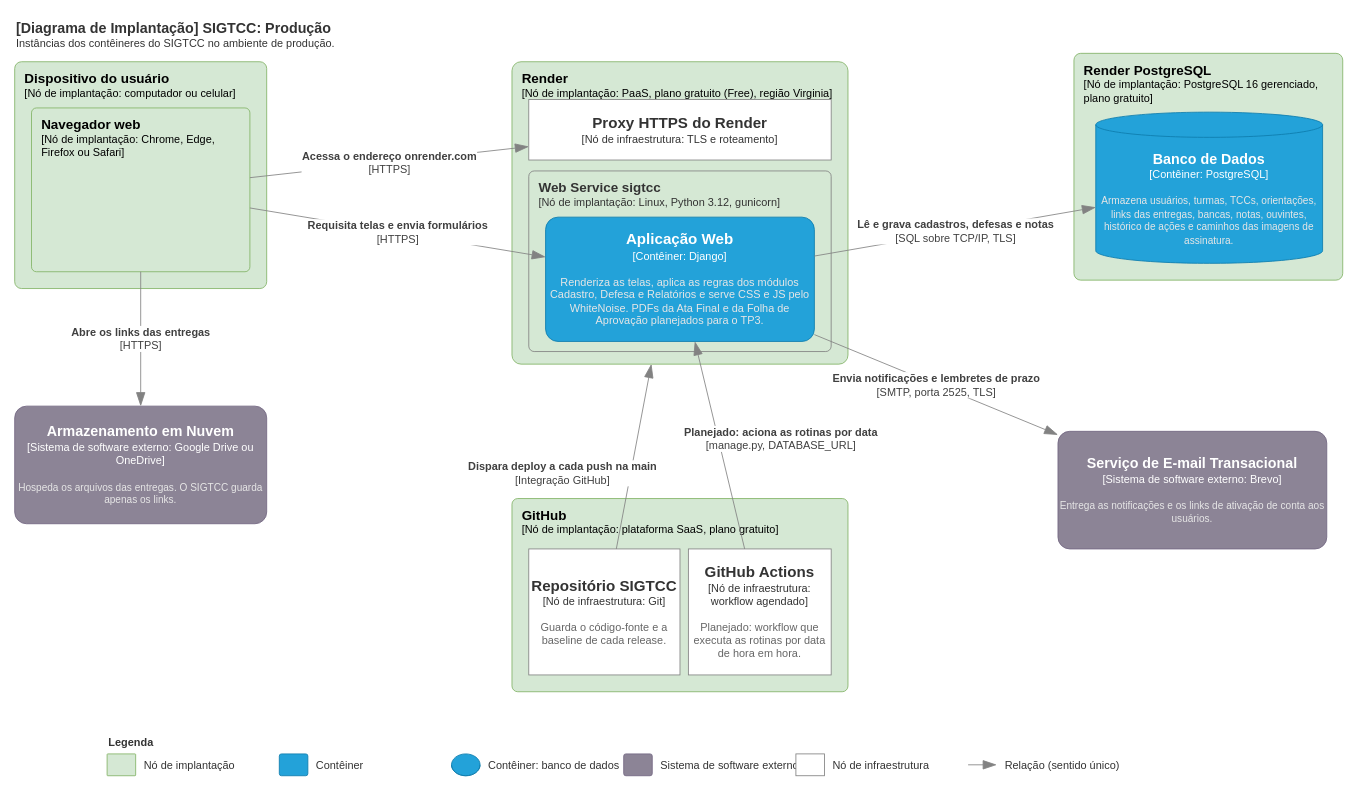
This is page "Produção" (1 of 2) of docs/arquitetura/Implantacao_SIGTCC.drawio from celiobenj/SIGTCC, a draw.io file, before an edit. Source tidied: cells renumbered, new cells numbered last; positions are measured from the earlier drawing's top-left corner, leaving out a move shared by most shapes. Both pictures are drawn from the tidied source at 84%, with x=0, y=0 at pixel (14, 14).
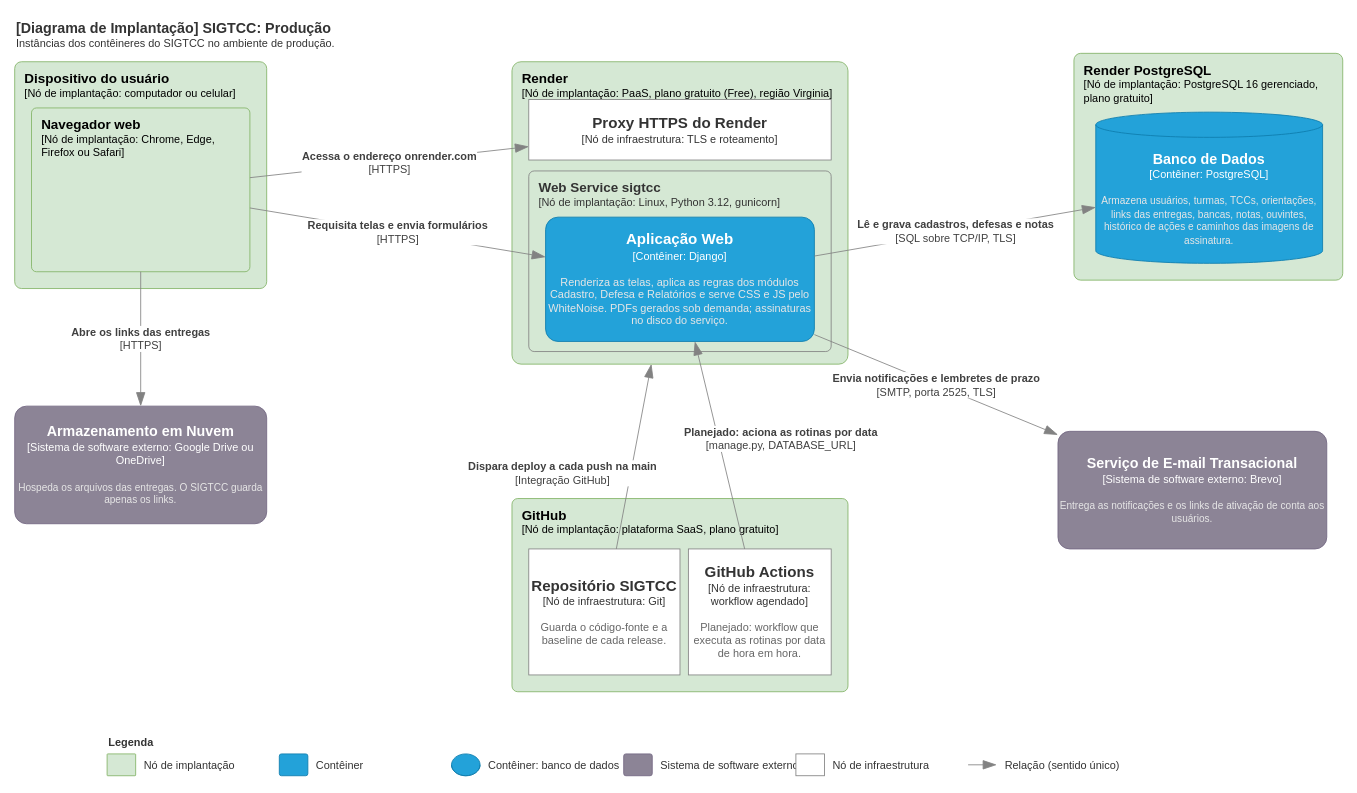
Above is the later version.

Commit message (it also covers changes not shown here):
docs(feat-08): atualizar diagramas, changelog e texto do PR

The change refers to these unchanged cells:
```xml
<mxCell id="7" value="&lt;font style=&quot;font-size: 16px;&quot;&gt;&lt;b&gt;Web Service sigtcc&lt;/b&gt;&lt;/font&gt;&lt;div&gt;[Nó de implantação: Linux, Python 3.12, gunicorn]&lt;/div&gt;" style="rounded=1;arcSize=3;whiteSpace=wrap;html=1;fillColor=none;strokeColor=#828282;strokeWidth=1;fontColor=#333333;fontSize=13;align=left;verticalAlign=top;spacingLeft=10;spacingTop=4;labelBackgroundColor=none;" parent="5" vertex="1">
  <mxGeometry x="20" y="130" width="360" height="215" as="geometry" />
</mxCell>
```

The edit, as a diff of the source:
```diff
@@
-    <mxCell id="8" value="&lt;font style=&quot;font-size: 18px;&quot;&gt;&lt;b&gt;Aplicação Web&lt;/b&gt;&lt;/font&gt;&lt;div&gt;[Contêiner: Django]&lt;/div&gt;&lt;br&gt;&lt;div&gt;&lt;font style=&quot;font-size: 13px;&quot; color=&quot;#E6E6E6&quot;&gt;Renderiza as telas, aplica as regras dos módulos Cadastro, Defesa e Relatórios e serve CSS e JS pelo WhiteNoise. PDFs da Ata Final e da Folha de Aprovação planejados para o TP3.&lt;/font&gt;&lt;/div&gt;" style="rounded=1;whiteSpace=wrap;html=1;fontSize=13;labelBackgroundColor=none;fillColor=#23A2D9;fontColor=#ffffff;align=center;arcSize=10;strokeColor=#0E7DAD;" parent="7" vertex="1">
+    <mxCell id="8" value="&lt;font style=&quot;font-size: 18px;&quot;&gt;&lt;b&gt;Aplicação Web&lt;/b&gt;&lt;/font&gt;&lt;div&gt;[Contêiner: Django]&lt;/div&gt;&lt;br&gt;&lt;div&gt;&lt;font style=&quot;font-size: 13px;&quot; color=&quot;#E6E6E6&quot;&gt;Renderiza as telas, aplica as regras dos módulos Cadastro, Defesa e Relatórios e serve CSS e JS pelo WhiteNoise. PDFs gerados sob demanda; assinaturas no disco do serviço.&lt;/font&gt;&lt;/div&gt;" style="rounded=1;whiteSpace=wrap;html=1;fontSize=13;labelBackgroundColor=none;fillColor=#23A2D9;fontColor=#ffffff;align=center;arcSize=10;strokeColor=#0E7DAD;" parent="7" vertex="1">
       <mxGeometry x="20" y="55" width="320" height="148" as="geometry" />
     </mxCell>
```
